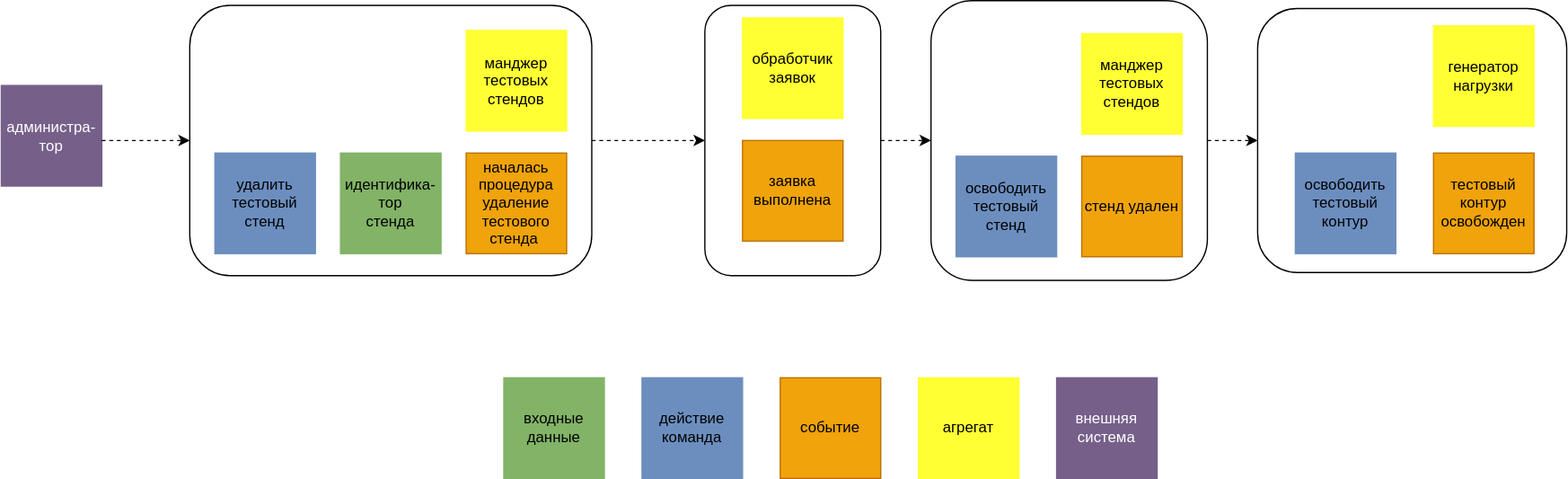
ralex29/otus_software_architect_2022_09 keeps this draw.io diagram as graduate_project/diagrams/uc002_event_storm.svg. Above is the earlier version. Source tidied: cells renumbered, new cells last; positions are measured from the earlier drawing's top-left corner, leaving out a move shared by most shapes.
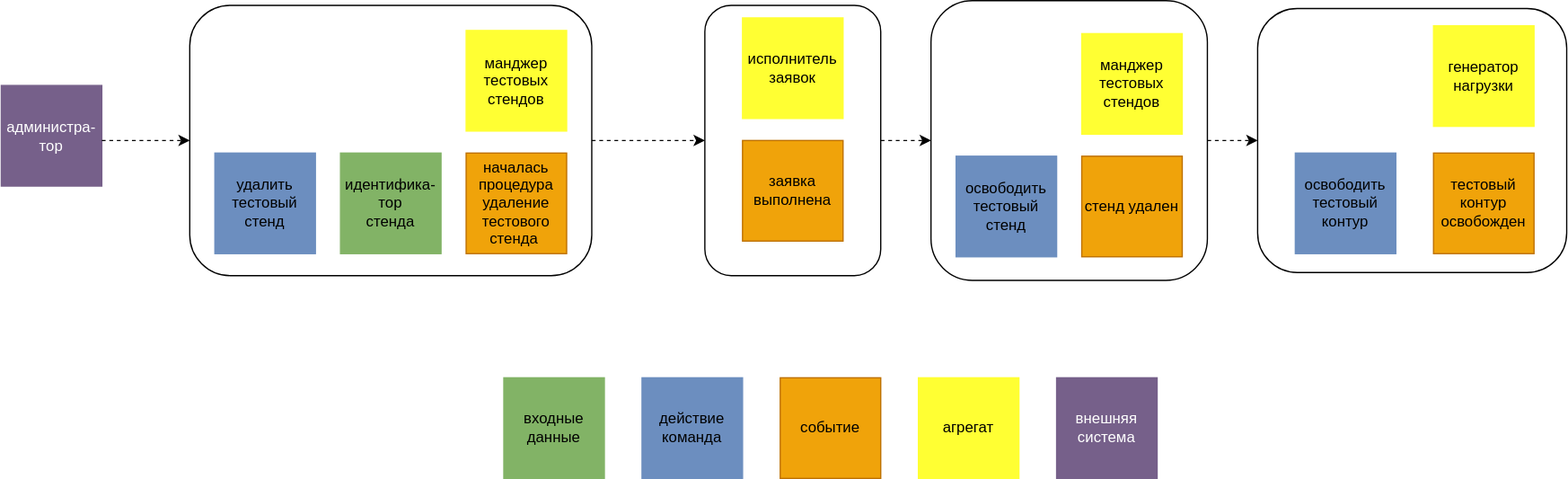
Later version of the same file.

Diff of the diagram source:
```diff
@@ -79,7 +79,7 @@
     <mxCell id="26" style="rounded=1;whiteSpace=wrap;html=1;" parent="25" vertex="1">
       <mxGeometry width="140" height="215" as="geometry" />
     </mxCell>
-    <mxCell id="27" value="обработчик заявок" style="whiteSpace=wrap;html=1;fillColor=#FFFF33;strokeColor=#FFFF33;fontColor=#000000;" parent="25" vertex="1">
+    <mxCell id="27" value="исполнитель заявок" style="whiteSpace=wrap;html=1;fillColor=#FFFF33;strokeColor=#FFFF33;fontColor=#000000;" parent="25" vertex="1">
       <mxGeometry x="30" y="10" width="80" height="80" as="geometry" />
     </mxCell>
     <mxCell id="28" value="заявка выполнена" style="whiteSpace=wrap;html=1;fillColor=#f0a30a;strokeColor=#BD7000;fontColor=#000000;" parent="25" vertex="1">
```
